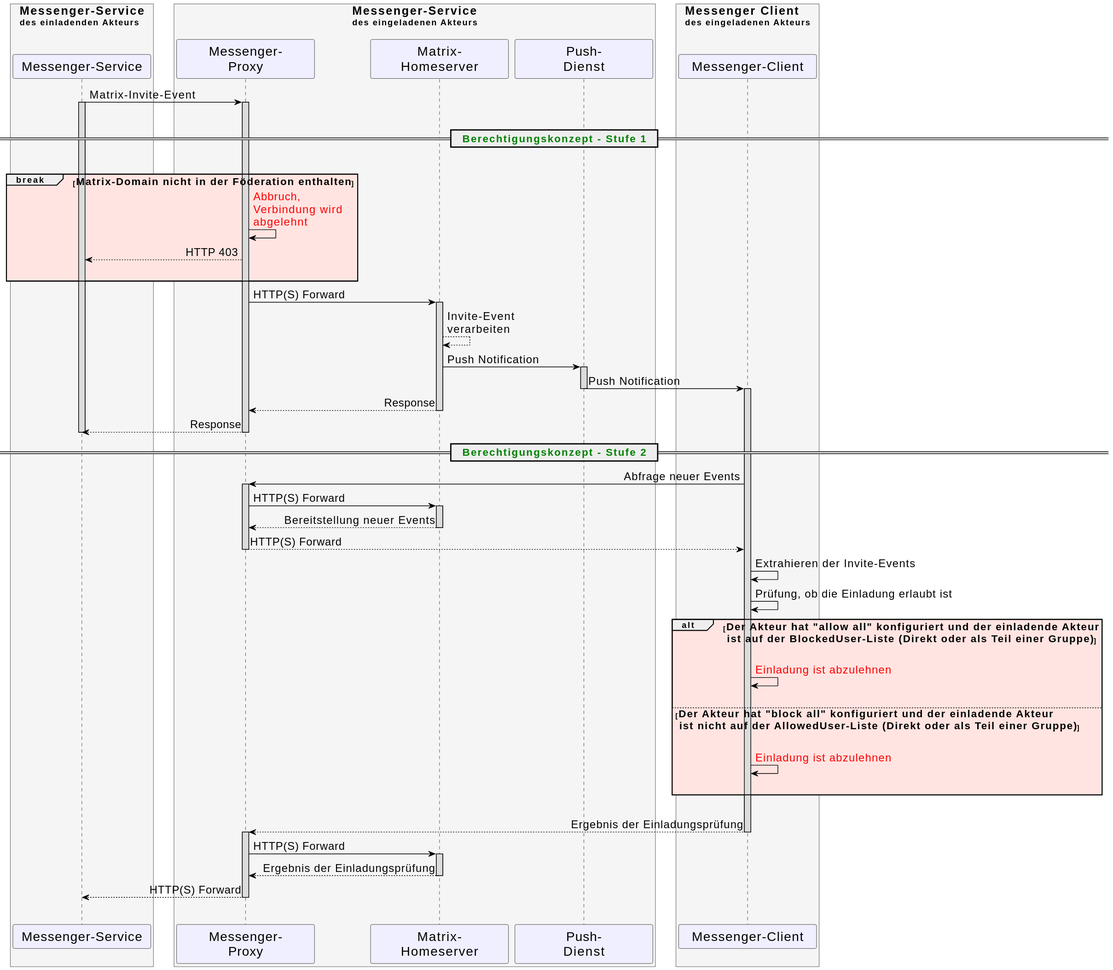
This is images/diagrams/TI-Messenger-Dienst/Ressourcen/UC_Approvel_List_Seq.svg from gematik/api-ti-messenger, a PlantUML export, as it was before one commit.
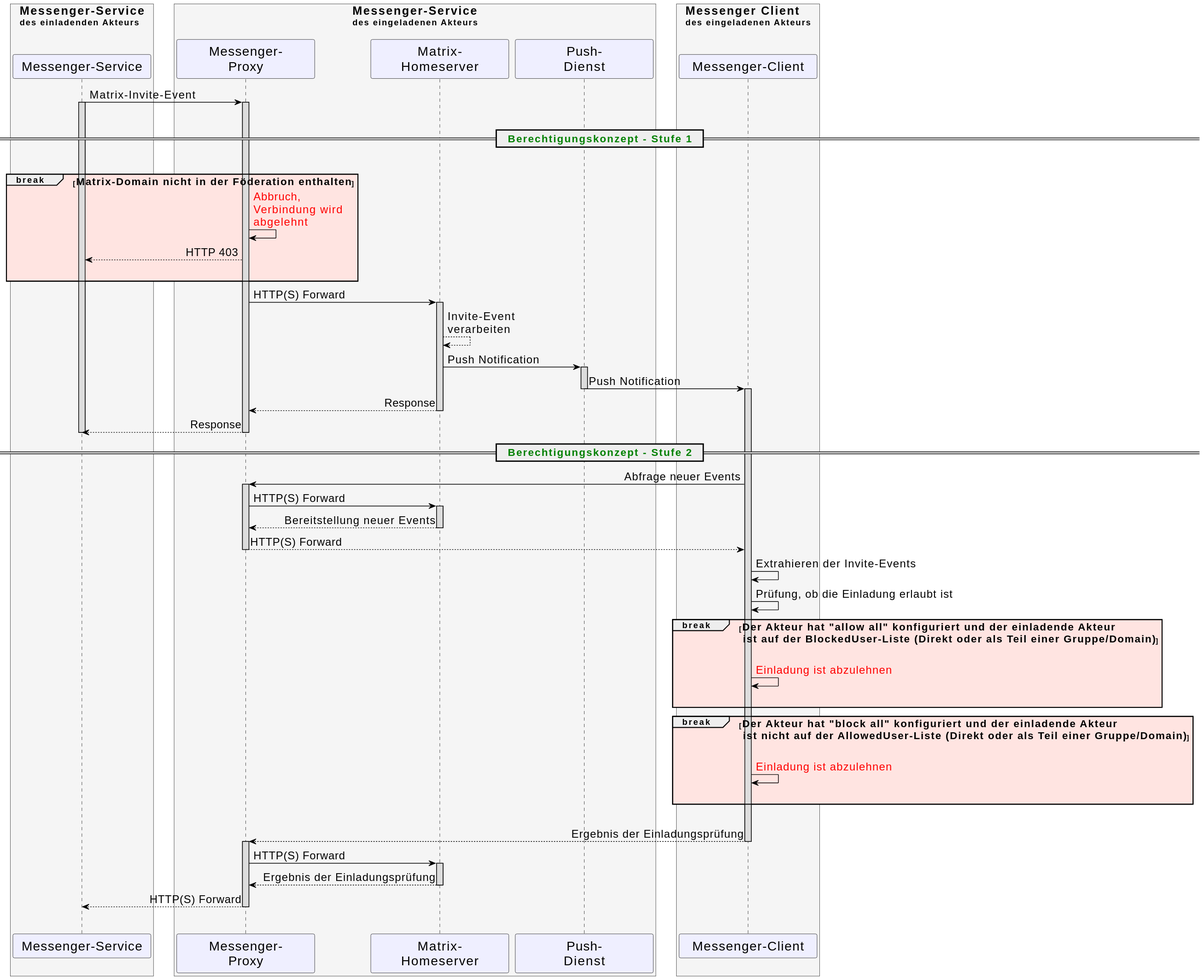
After the commit.

What changed in the source:
```diff
@@ -73,15 +73,18 @@
   MC2->MC2: Extrahieren der Invite-Events
   MC2->MC2: Prüfung, ob die Einladung erlaubt ist
 
-  alt #MistyRose <size:16>Der Akteur hat "allow all" konfiguriert und der einladende Akteur\n<size:16> ist auf der BlockedUser-Liste (Direkt oder als Teil einer Gruppe)</size>
-    |||
-    MC2->MC2:<font color=red>Einladung ist abzulehnen</font>
-    |||
-  else <size:16>Der Akteur hat "block all" konfiguriert und der einladende Akteur\n<size:16> ist nicht auf der AllowedUser-Liste (Direkt oder als Teil einer Gruppe)</size>
+  break #MistyRose <size:16>Der Akteur hat "allow all" konfiguriert und der einladende Akteur\n<size:16> ist auf der BlockedUser-Liste (Direkt oder als Teil einer Gruppe/Domain)</size>
     |||
     MC2->MC2:<font color=red>Einladung ist abzulehnen</font>
     |||
   end
+
+  break #MistyRose <size:16>Der Akteur hat "block all" konfiguriert und der einladende Akteur\n<size:16> ist nicht auf der AllowedUser-Liste (Direkt oder als Teil einer Gruppe/Domain)</size>
+    |||
+    MC2->MC2:<font color=red>Einladung ist abzulehnen</font>
+    |||
+  end
+
 
 
 |||
```
